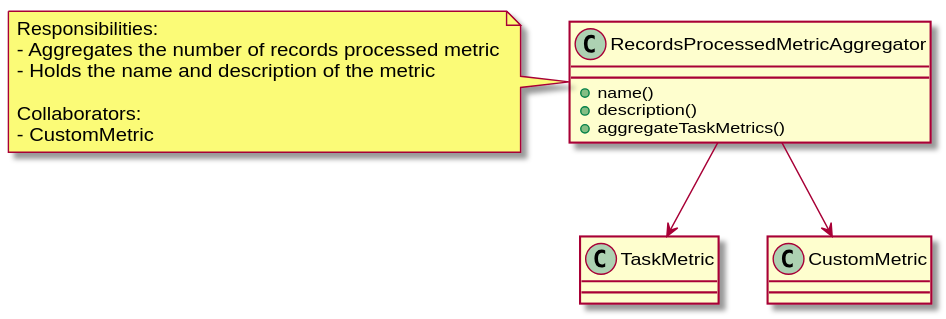
elliVM/pth_06 keeps this PlantUML diagram as docs/doxygen/doxygen/inline_umlgraph_10.svg. Above is the earlier version.
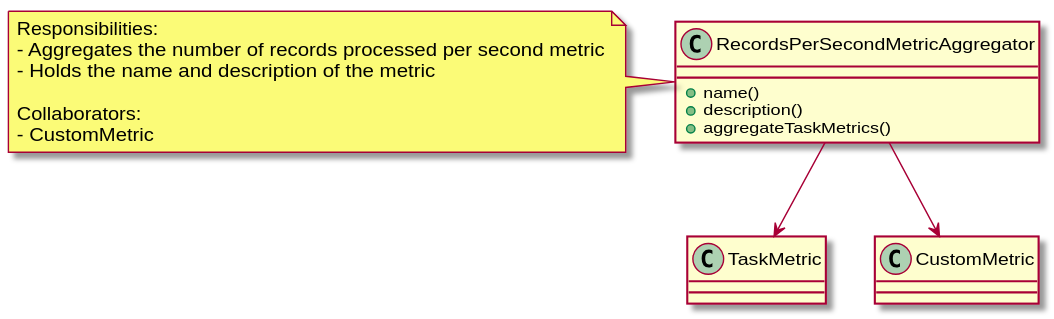
Above is the later version.

Change to the diagram source:
```diff
@@ -1,16 +1,16 @@
 @startuml inline_umlgraph_10.svg
-class RecordsProcessedMetricAggregator {
+class RecordsPerSecondMetricAggregator {
     + name()
     + description()
     + aggregateTaskMetrics()
 }
 
-RecordsProcessedMetricAggregator --> TaskMetric
-RecordsProcessedMetricAggregator --> CustomMetric
+RecordsPerSecondMetricAggregator --> TaskMetric
+RecordsPerSecondMetricAggregator --> CustomMetric
 
-note left of RecordsProcessedMetricAggregator
+note left of RecordsPerSecondMetricAggregator
 Responsibilities:
-- Aggregates the number of records processed metric
+- Aggregates the number of records processed per second metric
 - Holds the name and description of the metric
 
 Collaborators:
```
